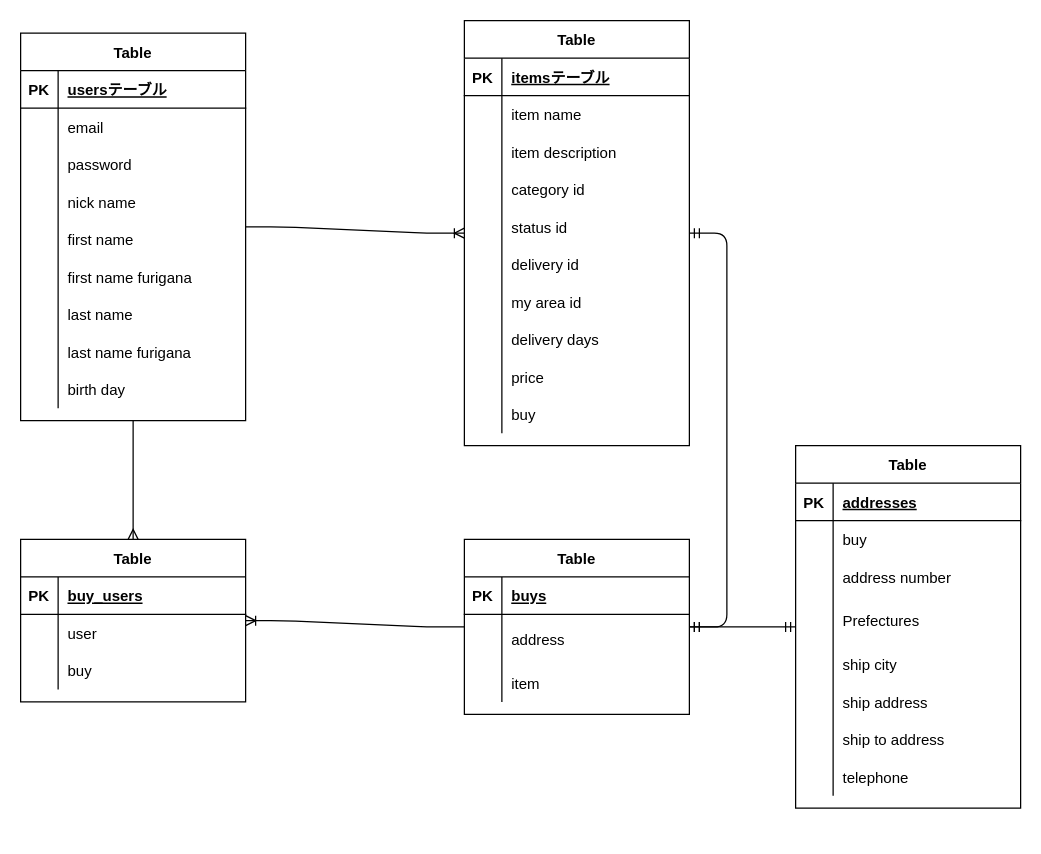
The draw.io diagram test.dio in kakipp/furima-34508, before the edit. Source tidied: cells renumbered, new cells numbered last; positions are measured from the earlier drawing's top-left corner, leaving out a move shared by most shapes. Both pictures are drawn from the tidied source at 125%, with x=0, y=0 at pixel (20, 20).
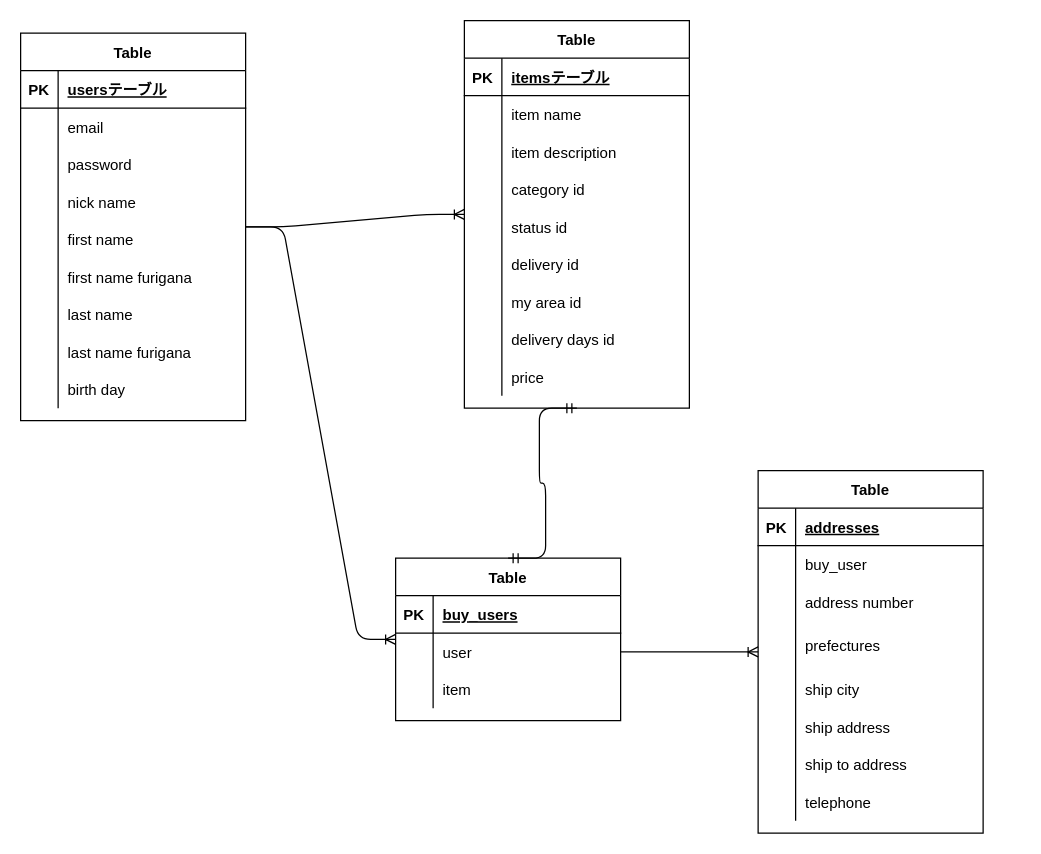
The same diagram, later.

Commit message (it also covers changes not shown here):
テーブル設計の修正2

The change refers to these unchanged cells:
```xml
<mxCell id="3" value="Table" style="shape=table;startSize=30;childLayout=tableLayout;rowLines=0;fontStyle=1;align=center;" parent="1" vertex="1">
  <mxGeometry y="10" width="180" height="310" as="geometry" />
</mxCell>
<mxCell id="53" style="shape=partialRectangle;fillColor=none;top=0;left=0;bottom=0;right=0;" parent="31" vertex="1">
  <mxGeometry y="240" width="180" height="30" as="geometry" />
</mxCell>
<mxCell id="76" style="shape=partialRectangle;fillColor=none;top=0;left=0;bottom=0;right=0;" parent="72" vertex="1">
  <mxGeometry y="60" width="180" height="30" as="geometry" />
</mxCell>
<mxCell id="82" style="shape=partialRectangle;fillColor=none;top=0;left=0;bottom=0;right=0;" parent="72" vertex="1">
  <mxGeometry y="120" width="180" height="40" as="geometry" />
</mxCell>
<mxCell id="103" style="shape=partialRectangle;fillColor=none;top=0;left=0;bottom=0;right=0;points=[[0,0.5],[1,0.5]];portConstraint=eastwest;" parent="99" vertex="1">
  <mxGeometry y="60" width="180" height="30" as="geometry" />
</mxCell>
<mxCell id="106" style="shape=partialRectangle;fillColor=none;top=0;left=0;bottom=0;right=0;" parent="99" vertex="1">
  <mxGeometry y="90" width="180" height="30" as="geometry" />
</mxCell>
```

The edit, as a diff of the source:
```diff
@@
-    <mxCell id="2" style="edgeStyle=orthogonalEdgeStyle;rounded=0;jettySize=auto;html=1;exitX=0.5;exitY=1;exitDx=0;exitDy=0;entryX=0.5;entryY=0;entryDx=0;entryDy=0;endArrow=ERmany;endFill=0;" parent="1" edge="1" source="3" target="99">
-      <mxGeometry relative="1" as="geometry" />
-    </mxCell>
@@
     <mxCell id="31" value="Table" style="shape=table;startSize=30;childLayout=tableLayout;rowLines=0;fontStyle=1;align=center;" parent="1" vertex="1">
-      <mxGeometry x="355" width="180" height="340" as="geometry" />
+      <mxGeometry x="355" width="180" height="310" as="geometry" />
     </mxCell>
@@
-    <mxCell id="55" value="delivery days" style="shape=partialRectangle;fillColor=none;top=0;left=0;bottom=0;right=0;align=left;spacingLeft=6;overflow=hidden;" parent="53" vertex="1">
+    <mxCell id="55" value="delivery days id" style="shape=partialRectangle;fillColor=none;top=0;left=0;bottom=0;right=0;align=left;spacingLeft=6;overflow=hidden;" parent="53" vertex="1">
       <mxGeometry x="30" width="150" height="30" as="geometry" />
     </mxCell>
@@
-    <mxCell id="59" style="shape=partialRectangle;fillColor=none;top=0;left=0;bottom=0;right=0;" parent="31" vertex="1">
-      <mxGeometry y="300" width="180" height="30" as="geometry" />
-    </mxCell>
-    <mxCell id="60" style="shape=partialRectangle;fillColor=none;top=0;left=0;bottom=0;right=0;overflow=hidden;" parent="59" vertex="1">
-      <mxGeometry width="30" height="30" as="geometry" />
-    </mxCell>
-    <mxCell id="61" value="buy" style="shape=partialRectangle;fillColor=none;top=0;left=0;bottom=0;right=0;align=left;spacingLeft=6;overflow=hidden;" parent="59" vertex="1">
-      <mxGeometry x="30" width="150" height="30" as="geometry" />
-    </mxCell>
-    <mxCell id="62" value="Table" style="shape=table;startSize=30;childLayout=tableLayout;rowLines=0;fontStyle=1;align=center;" parent="1" vertex="1">
-      <mxGeometry x="355" y="415" width="180" height="140" as="geometry" />
-    </mxCell>
-    <mxCell id="63" style="shape=partialRectangle;fillColor=none;top=0;left=0;bottom=1;right=0;" parent="62" vertex="1">
-      <mxGeometry y="30" width="180" height="30" as="geometry" />
-    </mxCell>
-    <mxCell id="64" value="PK" style="shape=partialRectangle;fillColor=none;top=0;left=0;bottom=0;right=0;fontStyle=1;overflow=hidden;" parent="63" vertex="1">
-      <mxGeometry width="30" height="30" as="geometry" />
-    </mxCell>
-    <mxCell id="65" value="buys" style="shape=partialRectangle;fillColor=none;top=0;left=0;bottom=0;right=0;align=left;spacingLeft=6;fontStyle=5;overflow=hidden;" parent="63" vertex="1">
-      <mxGeometry x="30" width="150" height="30" as="geometry" />
-    </mxCell>
-    <mxCell id="66" style="shape=partialRectangle;fillColor=none;top=0;left=0;bottom=0;right=0;" parent="62" vertex="1">
-      <mxGeometry y="60" width="180" height="40" as="geometry" />
-    </mxCell>
-    <mxCell id="67" style="shape=partialRectangle;fillColor=none;top=0;left=0;bottom=0;right=0;overflow=hidden;" parent="66" vertex="1">
-      <mxGeometry width="30" height="40" as="geometry" />
-    </mxCell>
-    <mxCell id="68" value="address" style="shape=partialRectangle;fillColor=none;top=0;left=0;bottom=0;right=0;align=left;spacingLeft=6;overflow=hidden;" parent="66" vertex="1">
-      <mxGeometry x="30" width="150" height="40" as="geometry" />
-    </mxCell>
-    <mxCell id="69" style="shape=partialRectangle;fillColor=none;top=0;left=0;bottom=0;right=0;" parent="62" vertex="1">
-      <mxGeometry y="100" width="180" height="30" as="geometry" />
-    </mxCell>
-    <mxCell id="70" style="shape=partialRectangle;fillColor=none;top=0;left=0;bottom=0;right=0;overflow=hidden;" parent="69" vertex="1">
-      <mxGeometry width="30" height="30" as="geometry" />
-    </mxCell>
-    <mxCell id="71" value="item" style="shape=partialRectangle;fillColor=none;top=0;left=0;bottom=0;right=0;align=left;spacingLeft=6;overflow=hidden;" parent="69" vertex="1">
-      <mxGeometry x="30" width="150" height="30" as="geometry" />
-    </mxCell>
     <mxCell id="72" value="Table" style="shape=table;startSize=30;childLayout=tableLayout;rowLines=0;fontStyle=1;align=center;" parent="1" vertex="1">
-      <mxGeometry x="620" y="340" width="180" height="290" as="geometry" />
+      <mxGeometry x="590" y="360" width="180" height="290" as="geometry" />
     </mxCell>
@@
-    <mxCell id="78" value="buy" style="shape=partialRectangle;fillColor=none;top=0;left=0;bottom=0;right=0;align=left;spacingLeft=6;overflow=hidden;" parent="76" vertex="1">
+    <mxCell id="78" value="buy_user" style="shape=partialRectangle;fillColor=none;top=0;left=0;bottom=0;right=0;align=left;spacingLeft=6;overflow=hidden;" parent="76" vertex="1">
       <mxGeometry x="30" width="150" height="30" as="geometry" />
     </mxCell>
@@
-    <mxCell id="84" value="Prefectures" style="shape=partialRectangle;fillColor=none;top=0;left=0;bottom=0;right=0;align=left;spacingLeft=6;overflow=hidden;" parent="82" vertex="1">
+    <mxCell id="84" value="prefectures" style="shape=partialRectangle;fillColor=none;top=0;left=0;bottom=0;right=0;align=left;spacingLeft=6;overflow=hidden;" parent="82" vertex="1">
       <mxGeometry x="30" width="150" height="40" as="geometry" />
     </mxCell>
@@
-    <mxCell id="97" style="edgeStyle=entityRelationEdgeStyle;fontSize=12;html=1;endArrow=ERmandOne;startArrow=ERmandOne;" parent="1" edge="1" source="62" target="31">
-      <mxGeometry relative="1" as="geometry" />
-    </mxCell>
-    <mxCell id="98" style="edgeStyle=entityRelationEdgeStyle;fontSize=12;html=1;endArrow=ERmandOne;startArrow=ERmandOne;" parent="1" edge="1" source="72" target="62">
-      <mxGeometry relative="1" as="geometry" />
-    </mxCell>
     <mxCell id="99" value="Table" style="shape=table;startSize=30;childLayout=tableLayout;rowLines=0;fontStyle=1;align=center;" parent="1" vertex="1">
-      <mxGeometry y="415" width="180" height="130" as="geometry" />
+      <mxGeometry x="300" y="430" width="180" height="130" as="geometry" />
     </mxCell>
@@
-    <mxCell id="107" style="shape=partialRectangle;fillColor=none;top=0;left=0;bottom=0;right=0;overflow=hidden;" parent="106" vertex="1">
-      <mxGeometry width="30" height="30" as="geometry" />
-    </mxCell>
-    <mxCell id="108" value="buy" style="shape=partialRectangle;fillColor=none;top=0;left=0;bottom=0;right=0;align=left;spacingLeft=6;overflow=hidden;" parent="106" vertex="1">
-      <mxGeometry x="30" width="150" height="30" as="geometry" />
-    </mxCell>
-    <mxCell id="109" style="edgeStyle=entityRelationEdgeStyle;fontSize=12;html=1;endArrow=ERoneToMany;" parent="1" edge="1" source="62" target="99">
-      <mxGeometry relative="1" as="geometry" />
-    </mxCell>
+    <mxCell id="111" style="shape=partialRectangle;fillColor=none;top=0;left=0;bottom=0;right=0;overflow=hidden;" parent="106" vertex="1">
+      <mxGeometry width="30" height="30" as="geometry" />
+    </mxCell>
+    <mxCell id="71" value="item" style="shape=partialRectangle;fillColor=none;top=0;left=0;bottom=0;right=0;align=left;spacingLeft=6;overflow=hidden;" parent="106" vertex="1">
+      <mxGeometry x="30" width="150" height="30" as="geometry" />
+    </mxCell>
@@
+    <mxCell id="112" style="edgeStyle=entityRelationEdgeStyle;fontSize=12;html=1;endArrow=ERoneToMany;exitX=1;exitY=0.5;exitDx=0;exitDy=0;" parent="1" edge="1" source="103" target="72">
+      <mxGeometry relative="1" as="geometry" />
+    </mxCell>
+    <mxCell id="2" style="edgeStyle=entityRelationEdgeStyle;fontSize=12;html=1;endArrow=ERoneToMany;" parent="1" edge="1" source="3" target="99">
+      <mxGeometry relative="1" as="geometry" />
+    </mxCell>
+    <mxCell id="113" style="edgeStyle=entityRelationEdgeStyle;fontSize=12;html=1;endArrow=ERmandOne;startArrow=ERmandOne;entryX=0.5;entryY=1;entryDx=0;entryDy=0;exitX=0.5;exitY=0;exitDx=0;exitDy=0;" parent="1" edge="1" source="99" target="31">
+      <mxGeometry relative="1" as="geometry" />
+    </mxCell>
```
